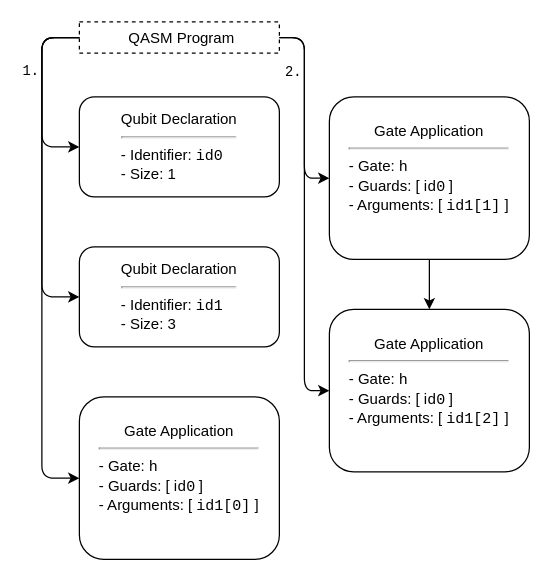
The draw.io diagram figures/codeGen_targetCode_example.drawio in SaschaRWTH/masterthesis, before the edit. Source tidied: cells renumbered, new cells numbered last; positions are measured from the earlier drawing's top-left corner, leaving out a move shared by most shapes. Both pictures are drawn from the tidied source at 125%, with x=0, y=0 at pixel (41, 21).
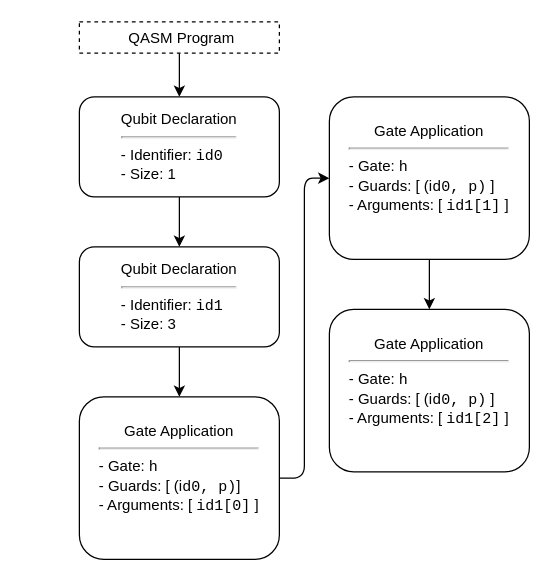
Above is the later version.

Commit message (it also covers changes not shown here):
fix: captions, complete: code gen example, change: target code rep example

The change refers to these unchanged cells:
```xml
<mxCell id="2" value="Qubit Declaration&lt;br&gt;&lt;hr&gt;&lt;div style=&quot;text-align: left;&quot;&gt;&lt;span style=&quot;background-color: initial;&quot;&gt;- Identifier: &lt;font face=&quot;Courier New&quot;&gt;id0&lt;/font&gt;&lt;/span&gt;&lt;/div&gt;&lt;div style=&quot;text-align: left;&quot;&gt;&lt;span style=&quot;background-color: initial;&quot;&gt;- Size: 1&lt;/span&gt;&lt;/div&gt;" style="rounded=1;whiteSpace=wrap;html=1;" parent="1" vertex="1">
  <mxGeometry x="30" y="60" width="160" height="80" as="geometry" />
</mxCell>
<mxCell id="4" value="Qubit Declaration&lt;br&gt;&lt;hr&gt;&lt;div style=&quot;text-align: left;&quot;&gt;&lt;span style=&quot;background-color: initial;&quot;&gt;- Identifier: &lt;font face=&quot;Courier New&quot;&gt;id1&lt;/font&gt;&lt;/span&gt;&lt;/div&gt;&lt;div style=&quot;text-align: left;&quot;&gt;&lt;span style=&quot;background-color: initial;&quot;&gt;- Size: 3&lt;/span&gt;&lt;/div&gt;" style="rounded=1;whiteSpace=wrap;html=1;" parent="1" vertex="1">
  <mxGeometry x="30" y="180" width="160" height="80" as="geometry" />
</mxCell>
<mxCell id="15" value="&lt;div style=&quot;&quot;&gt;&lt;span style=&quot;background-color: initial;&quot;&gt;QASM Program&lt;/span&gt;&lt;/div&gt;" style="rounded=0;whiteSpace=wrap;html=1;align=center;labelPosition=center;verticalLabelPosition=middle;verticalAlign=middle;fontColor=default;fillColor=none;spacingLeft=4;dashed=1;" parent="1" vertex="1">
  <mxGeometry x="30" width="160" height="25" as="geometry" />
</mxCell>
```

The edit, as a diff of the source:
```diff
@@
+    <mxCell id="16" style="edgeStyle=none;html=1;entryX=0.5;entryY=0;entryDx=0;entryDy=0;" parent="1" edge="1" source="2" target="4">
+      <mxGeometry relative="1" as="geometry" />
+    </mxCell>
@@
+    <mxCell id="17" style="edgeStyle=orthogonalEdgeStyle;html=1;entryX=0;entryY=0.5;entryDx=0;entryDy=0;" parent="1" edge="1" source="3" target="6">
+      <mxGeometry relative="1" as="geometry" />
+    </mxCell>
-    <mxCell id="3" value="Gate Application&lt;br&gt;&lt;hr&gt;&lt;div style=&quot;text-align: left;&quot;&gt;&lt;span style=&quot;background-color: initial;&quot;&gt;- Gate: &lt;font face=&quot;Courier New&quot;&gt;h&lt;/font&gt;&lt;/span&gt;&lt;/div&gt;&lt;div style=&quot;text-align: left;&quot;&gt;&lt;span style=&quot;background-color: initial;&quot;&gt;- Guards: [&amp;nbsp;&lt;/span&gt;&lt;span style=&quot;white-space: pre; background-color: initial;&quot;&gt;i&lt;/span&gt;&lt;font style=&quot;white-space: pre; background-color: initial;&quot; face=&quot;Courier New&quot;&gt;d0&lt;/font&gt;&lt;span style=&quot;white-space: pre; background-color: initial;&quot;&gt;&#9;&lt;/span&gt;&lt;span style=&quot;background-color: initial;&quot;&gt;]&lt;/span&gt;&lt;/div&gt;&lt;div style=&quot;text-align: left;&quot;&gt;&lt;span style=&quot;background-color: initial;&quot;&gt;- Arguments: [&amp;nbsp;&lt;/span&gt;&lt;span style=&quot;background-color: initial;&quot;&gt;&lt;font face=&quot;Courier New&quot;&gt;id1[0]&lt;/font&gt;&amp;nbsp;&lt;/span&gt;&lt;span style=&quot;background-color: initial;&quot;&gt;]&lt;/span&gt;&lt;/div&gt;&lt;span style=&quot;text-align: left;&quot;&gt;&lt;br&gt;&lt;/span&gt;" style="rounded=1;whiteSpace=wrap;html=1;" parent="1" vertex="1">
+    <mxCell id="3" value="Gate Application&lt;br&gt;&lt;hr&gt;&lt;div style=&quot;text-align: left;&quot;&gt;&lt;span style=&quot;background-color: initial;&quot;&gt;- Gate: &lt;font face=&quot;Courier New&quot;&gt;h&lt;/font&gt;&lt;/span&gt;&lt;/div&gt;&lt;div style=&quot;text-align: left;&quot;&gt;&lt;span style=&quot;background-color: initial;&quot;&gt;- Guards: [ (&lt;/span&gt;&lt;span style=&quot;white-space: pre; background-color: initial;&quot;&gt;i&lt;/span&gt;&lt;font style=&quot;white-space: pre; background-color: initial;&quot; face=&quot;Courier New&quot;&gt;d0, p)&lt;/font&gt;&lt;span style=&quot;background-color: initial;&quot;&gt;]&lt;/span&gt;&lt;/div&gt;&lt;div style=&quot;text-align: left;&quot;&gt;&lt;span style=&quot;background-color: initial;&quot;&gt;- Arguments: [&amp;nbsp;&lt;/span&gt;&lt;span style=&quot;background-color: initial;&quot;&gt;&lt;font face=&quot;Courier New&quot;&gt;id1[0]&lt;/font&gt;&amp;nbsp;&lt;/span&gt;&lt;span style=&quot;background-color: initial;&quot;&gt;]&lt;/span&gt;&lt;/div&gt;&lt;span style=&quot;text-align: left;&quot;&gt;&lt;br&gt;&lt;/span&gt;" style="rounded=1;whiteSpace=wrap;html=1;" parent="1" vertex="1">
       <mxGeometry x="30" y="300" width="160" height="130" as="geometry" />
     </mxCell>
+    <mxCell id="18" style="edgeStyle=none;html=1;entryX=0.5;entryY=0;entryDx=0;entryDy=0;" parent="1" edge="1" source="4" target="3">
+      <mxGeometry relative="1" as="geometry" />
+    </mxCell>
@@
-    <mxCell id="6" value="Gate Application&lt;br&gt;&lt;hr&gt;&lt;div style=&quot;text-align: left;&quot;&gt;&lt;span style=&quot;background-color: initial;&quot;&gt;- Gate: &lt;font face=&quot;Courier New&quot;&gt;h&lt;/font&gt;&lt;/span&gt;&lt;/div&gt;&lt;div style=&quot;text-align: left;&quot;&gt;&lt;span style=&quot;background-color: initial;&quot;&gt;- Guards: [&amp;nbsp;&lt;/span&gt;&lt;span style=&quot;white-space: pre; background-color: initial;&quot;&gt;i&lt;/span&gt;&lt;font style=&quot;white-space: pre; background-color: initial;&quot; face=&quot;Courier New&quot;&gt;d0&lt;/font&gt;&lt;span style=&quot;white-space: pre; background-color: initial;&quot;&gt;&#9;&lt;/span&gt;&lt;span style=&quot;background-color: initial;&quot;&gt;]&lt;/span&gt;&lt;/div&gt;&lt;div style=&quot;text-align: left;&quot;&gt;&lt;span style=&quot;background-color: initial;&quot;&gt;- Arguments: [&amp;nbsp;&lt;/span&gt;&lt;span style=&quot;background-color: initial;&quot;&gt;&lt;font face=&quot;Courier New&quot;&gt;id1[1]&lt;/font&gt;&amp;nbsp;&lt;/span&gt;&lt;span style=&quot;background-color: initial;&quot;&gt;]&lt;/span&gt;&lt;/div&gt;&lt;span style=&quot;text-align: left;&quot;&gt;&lt;br&gt;&lt;/span&gt;" style="rounded=1;whiteSpace=wrap;html=1;" parent="1" vertex="1">
+    <mxCell id="6" value="Gate Application&lt;br&gt;&lt;hr&gt;&lt;div style=&quot;text-align: left;&quot;&gt;&lt;span style=&quot;background-color: initial;&quot;&gt;- Gate: &lt;font face=&quot;Courier New&quot;&gt;h&lt;/font&gt;&lt;/span&gt;&lt;/div&gt;&lt;div style=&quot;text-align: left;&quot;&gt;&lt;span style=&quot;background-color: initial;&quot;&gt;- Guards: [&amp;nbsp;&lt;/span&gt;&lt;span style=&quot;background-color: initial;&quot;&gt;(&lt;/span&gt;&lt;span style=&quot;background-color: initial;&quot;&gt;i&lt;/span&gt;&lt;font style=&quot;background-color: initial;&quot; face=&quot;Courier New&quot;&gt;d0, p)&lt;/font&gt;&lt;span style=&quot;background-color: initial;&quot;&gt;&#9;&lt;/span&gt;&lt;span style=&quot;background-color: initial;&quot;&gt;]&lt;/span&gt;&lt;/div&gt;&lt;div style=&quot;text-align: left;&quot;&gt;&lt;span style=&quot;background-color: initial;&quot;&gt;- Arguments: [&amp;nbsp;&lt;/span&gt;&lt;span style=&quot;background-color: initial;&quot;&gt;&lt;font face=&quot;Courier New&quot;&gt;id1[1]&lt;/font&gt;&amp;nbsp;&lt;/span&gt;&lt;span style=&quot;background-color: initial;&quot;&gt;]&lt;/span&gt;&lt;/div&gt;&lt;span style=&quot;text-align: left;&quot;&gt;&lt;br&gt;&lt;/span&gt;" style="rounded=1;whiteSpace=wrap;html=1;" parent="1" vertex="1">
       <mxGeometry x="230" y="60" width="160" height="130" as="geometry" />
     </mxCell>
-    <mxCell id="7" value="Gate Application&lt;br&gt;&lt;hr&gt;&lt;div style=&quot;text-align: left;&quot;&gt;&lt;span style=&quot;background-color: initial;&quot;&gt;- Gate: &lt;font face=&quot;Courier New&quot;&gt;h&lt;/font&gt;&lt;/span&gt;&lt;/div&gt;&lt;div style=&quot;text-align: left;&quot;&gt;&lt;span style=&quot;background-color: initial;&quot;&gt;- Guards: [&amp;nbsp;&lt;/span&gt;&lt;span style=&quot;white-space: pre; background-color: initial;&quot;&gt;i&lt;/span&gt;&lt;font style=&quot;white-space: pre; background-color: initial;&quot; face=&quot;Courier New&quot;&gt;d0&lt;/font&gt;&lt;span style=&quot;white-space: pre; background-color: initial;&quot;&gt;&#9;&lt;/span&gt;&lt;span style=&quot;background-color: initial;&quot;&gt;]&lt;/span&gt;&lt;/div&gt;&lt;div style=&quot;text-align: left;&quot;&gt;&lt;span style=&quot;background-color: initial;&quot;&gt;- Arguments: [&amp;nbsp;&lt;/span&gt;&lt;span style=&quot;background-color: initial;&quot;&gt;&lt;font face=&quot;Courier New&quot;&gt;id1[2]&lt;/font&gt;&amp;nbsp;&lt;/span&gt;&lt;span style=&quot;background-color: initial;&quot;&gt;]&lt;/span&gt;&lt;/div&gt;&lt;span style=&quot;text-align: left;&quot;&gt;&lt;br&gt;&lt;/span&gt;" style="rounded=1;whiteSpace=wrap;html=1;" parent="1" vertex="1">
+    <mxCell id="7" value="Gate Application&lt;br&gt;&lt;hr&gt;&lt;div style=&quot;text-align: left;&quot;&gt;&lt;span style=&quot;background-color: initial;&quot;&gt;- Gate: &lt;font face=&quot;Courier New&quot;&gt;h&lt;/font&gt;&lt;/span&gt;&lt;/div&gt;&lt;div style=&quot;text-align: left;&quot;&gt;&lt;span style=&quot;background-color: initial;&quot;&gt;- Guards: [&amp;nbsp;&lt;/span&gt;&lt;span style=&quot;background-color: initial;&quot;&gt;(&lt;/span&gt;&lt;span style=&quot;background-color: initial;&quot;&gt;i&lt;/span&gt;&lt;font style=&quot;background-color: initial;&quot; face=&quot;Courier New&quot;&gt;d0, p)&lt;/font&gt;&lt;span style=&quot;background-color: initial;&quot;&gt;&#9;&lt;/span&gt;&lt;span style=&quot;background-color: initial;&quot;&gt;]&lt;/span&gt;&lt;/div&gt;&lt;div style=&quot;text-align: left;&quot;&gt;&lt;span style=&quot;background-color: initial;&quot;&gt;- Arguments: [&amp;nbsp;&lt;/span&gt;&lt;span style=&quot;background-color: initial;&quot;&gt;&lt;font face=&quot;Courier New&quot;&gt;id1[2]&lt;/font&gt;&amp;nbsp;&lt;/span&gt;&lt;span style=&quot;background-color: initial;&quot;&gt;]&lt;/span&gt;&lt;/div&gt;&lt;span style=&quot;text-align: left;&quot;&gt;&lt;br&gt;&lt;/span&gt;" style="rounded=1;whiteSpace=wrap;html=1;" parent="1" vertex="1">
       <mxGeometry x="230" y="230" width="160" height="130" as="geometry" />
     </mxCell>
-    <mxCell id="8" style="edgeStyle=orthogonalEdgeStyle;html=1;entryX=0;entryY=0.5;entryDx=0;entryDy=0;fontFamily=Courier New;" parent="1" edge="1" source="15" target="2">
-      <mxGeometry relative="1" as="geometry">
-        <Array as="points">
-          <mxPoint y="12.5" />
-          <mxPoint y="100" />
-        </Array>
-      </mxGeometry>
+    <mxCell id="8" style="edgeStyle=none;html=1;entryX=0.5;entryY=0;entryDx=0;entryDy=0;" parent="1" edge="1" source="15" target="2">
+      <mxGeometry relative="1" as="geometry" />
     </mxCell>
-    <mxCell id="9" style="edgeStyle=orthogonalEdgeStyle;html=1;entryX=0;entryY=0.5;entryDx=0;entryDy=0;fontFamily=Courier New;" parent="1" edge="1" source="15" target="4">
-      <mxGeometry relative="1" as="geometry">
-        <Array as="points">
-          <mxPoint y="12.5" />
-          <mxPoint y="220" />
-        </Array>
-      </mxGeometry>
-    </mxCell>
-    <mxCell id="10" style="edgeStyle=orthogonalEdgeStyle;html=1;entryX=0;entryY=0.5;entryDx=0;entryDy=0;fontFamily=Courier New;" parent="1" edge="1" source="15" target="3">
-      <mxGeometry relative="1" as="geometry">
-        <Array as="points">
-          <mxPoint y="12.5" />
-          <mxPoint y="365" />
-        </Array>
-      </mxGeometry>
-    </mxCell>
-    <mxCell id="11" value="1." style="edgeLabel;html=1;align=center;verticalAlign=middle;fontFamily=Courier New;" parent="10" vertex="1">
-      <mxGeometry x="-0.7" relative="1" as="geometry">
-        <mxPoint x="-10" y="-5" as="offset" />
-      </mxGeometry>
-    </mxCell>
-    <mxCell id="12" style="edgeStyle=orthogonalEdgeStyle;html=1;entryX=0;entryY=0.5;entryDx=0;entryDy=0;fontFamily=Courier New;" parent="1" edge="1" source="15" target="6">
-      <mxGeometry relative="1" as="geometry" />
-    </mxCell>
-    <mxCell id="13" style="edgeStyle=orthogonalEdgeStyle;html=1;entryX=0;entryY=0.5;entryDx=0;entryDy=0;fontFamily=Courier New;" parent="1" edge="1" source="15" target="7">
-      <mxGeometry relative="1" as="geometry" />
-    </mxCell>
-    <mxCell id="14" value="2." style="edgeLabel;html=1;align=center;verticalAlign=middle;fontFamily=Courier New;" parent="13" vertex="1">
-      <mxGeometry x="-0.73" y="1" relative="1" as="geometry">
-        <mxPoint x="-11" y="4" as="offset" />
-      </mxGeometry>
-    </mxCell>
```
